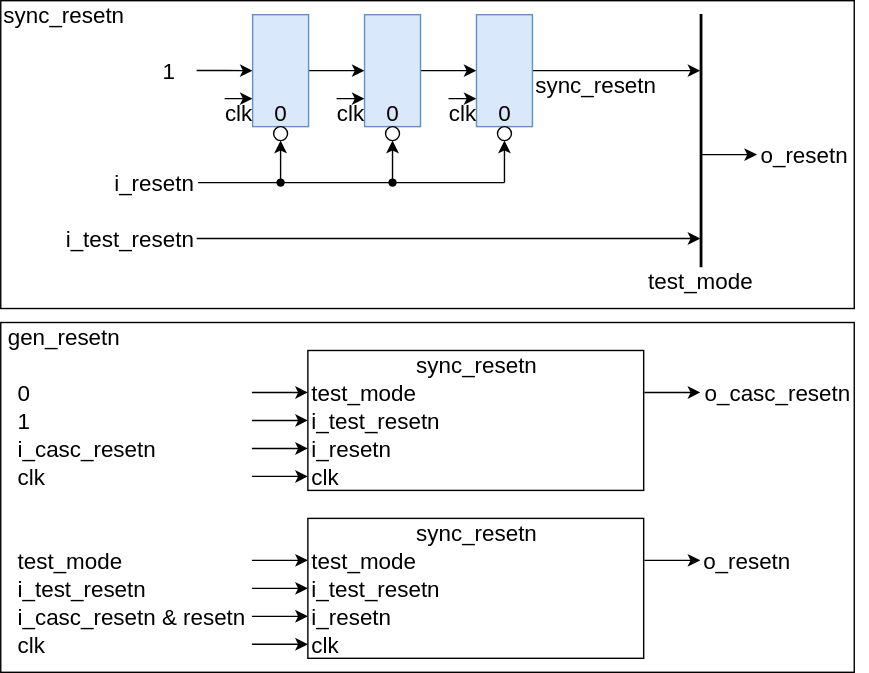
Earlier version of the draw.io export de/platform_clk_resetn_gen/sync_resetn/include/resetn_design.svg (jnjnliwenjie0022/obs). Source tidied: cells renumbered, new cells last; positions are measured from the earlier drawing's top-left corner, leaving out a move shared by most shapes.
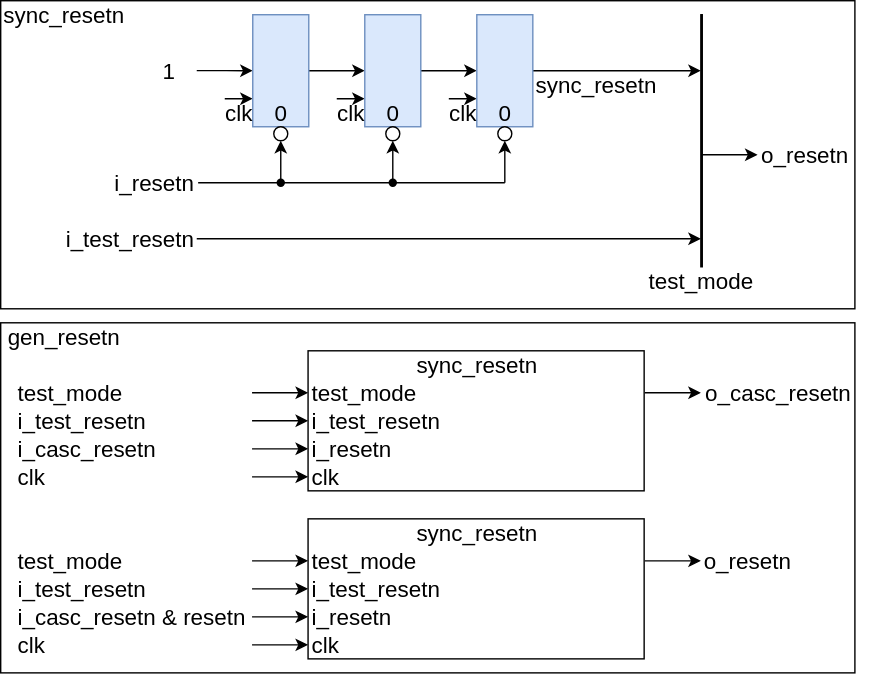
The same file after the commit.

The edit, as a diff of the source:
```diff
@@ -189,10 +189,10 @@
     <mxCell id="51" value="i_casc_resetn" style="rounded=0;whiteSpace=wrap;html=1;fontSize=16;fillColor=none;strokeColor=none;align=left;" parent="1" vertex="1">
       <mxGeometry x="10" y="310" width="169.5" height="20" as="geometry" />
     </mxCell>
-    <mxCell id="52" value="0" style="rounded=0;whiteSpace=wrap;html=1;fontSize=16;fillColor=none;strokeColor=none;align=left;" parent="1" vertex="1">
+    <mxCell id="52" value="test_mode" style="rounded=0;whiteSpace=wrap;html=1;fontSize=16;fillColor=none;strokeColor=none;align=left;" parent="1" vertex="1">
       <mxGeometry x="10" y="270" width="169.5" height="20" as="geometry" />
     </mxCell>
-    <mxCell id="53" value="1" style="rounded=0;whiteSpace=wrap;html=1;fontSize=16;fillColor=none;strokeColor=none;align=left;" parent="1" vertex="1">
+    <mxCell id="53" value="i_test_resetn" style="rounded=0;whiteSpace=wrap;html=1;fontSize=16;fillColor=none;strokeColor=none;align=left;" parent="1" vertex="1">
       <mxGeometry x="10" y="290" width="169.5" height="20" as="geometry" />
     </mxCell>
     <mxCell id="54" value="o_casc_resetn" style="rounded=0;whiteSpace=wrap;html=1;fontSize=16;fillColor=none;strokeColor=none;align=left;" parent="1" vertex="1">
```
